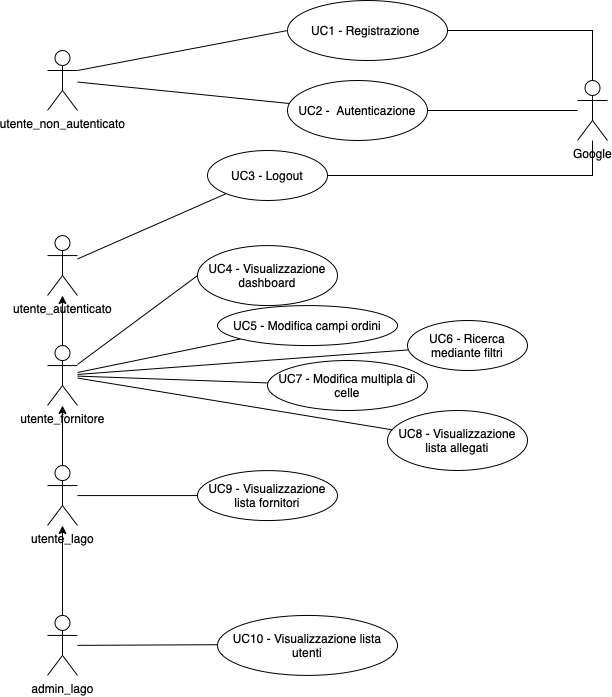
Above: immagini/usecase/main-scenario.png in br3sc4/Thesis-template (draw.io), before the change. Source tidied: cells renumbered, new cells last; positions are measured from the earlier drawing's top-left corner, leaving out a move shared by most shapes.
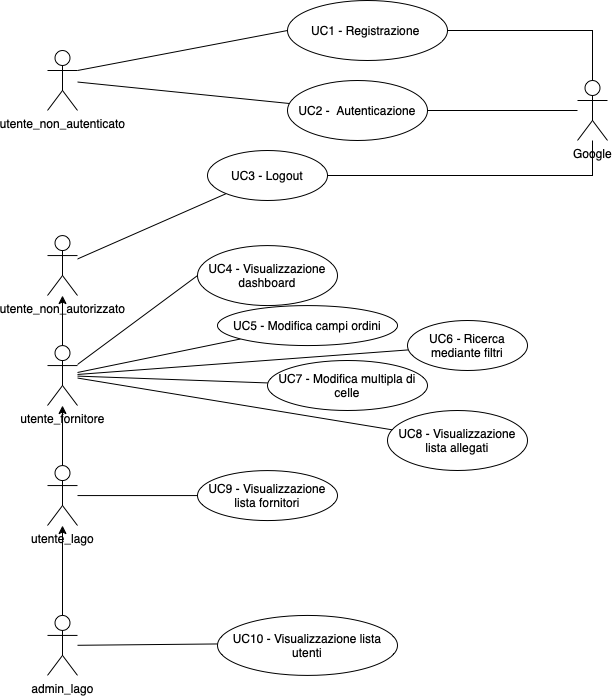
Later version of the same file.

Change to the diagram source:
```diff
@@ -74,7 +74,7 @@
     <mxCell id="25" style="edgeStyle=none;rounded=0;jettySize=auto;html=1;startArrow=none;startFill=0;endArrow=none;endFill=0;" parent="1" edge="1" source="26" target="28">
       <mxGeometry relative="1" as="geometry" />
     </mxCell>
-    <mxCell id="26" value="utente_autenticato" style="shape=umlActor;verticalLabelPosition=bottom;verticalAlign=top;html=1;outlineConnect=0;" parent="1" vertex="1">
+    <mxCell id="26" value="utente_non_autorizzato&lt;br&gt;" style="shape=umlActor;verticalLabelPosition=bottom;verticalAlign=top;html=1;outlineConnect=0;" parent="1" vertex="1">
       <mxGeometry y="235.1" width="30" height="60" as="geometry" />
     </mxCell>
     <mxCell id="27" style="edgeStyle=orthogonalEdgeStyle;rounded=0;jettySize=auto;html=1;exitX=1;exitY=0.5;exitDx=0;exitDy=0;startArrow=none;startFill=0;endArrow=none;endFill=0;" parent="1" edge="1" source="28" target="8">
```
